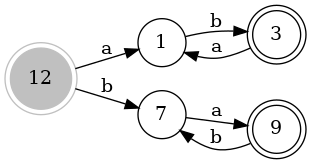
The Graphviz diagram automateInitial.png in RED-AUtoMate/Automates, before a commit. Its source is kept beside it as automateInitial.dot.
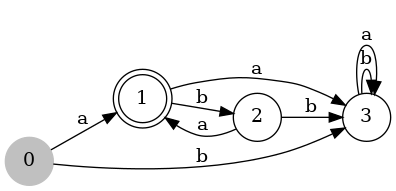
After the commit.

Diff of the diagram source:
```diff
@@ -2,14 +2,14 @@
 	rankdir=LR;
 	size="8,5";
     node  [shape = circle];
-    "12"  [style = "filled",color ="gray"];
-    "3"  [shape = "doublecircle"];
-    "9"  [shape = "doublecircle"];
-    "12"  [shape = "doublecircle"];
-    "1" -> "3" [label= "b"];
-    "12" -> "1" [label= "a"];
-    "12" -> "7" [label= "b"];
-    "3" -> "1" [label= "a"];
-    "7" -> "9" [label= "a"];
-    "9" -> "7" [label= "b"];
+    "0"  [style = "filled",color ="gray"];
+    "1"  [shape = "doublecircle"];
+    "0" -> "3" [label= "b"];
+    "0" -> "1" [label= "a"];
+    "1" -> "2" [label= "b"];
+    "1" -> "3" [label= "a"];
+    "2" -> "3" [label= "b"];
+    "2" -> "1" [label= "a"];
+    "3" -> "3" [label= "b"];
+    "3" -> "3" [label= "a"];
 }
```
